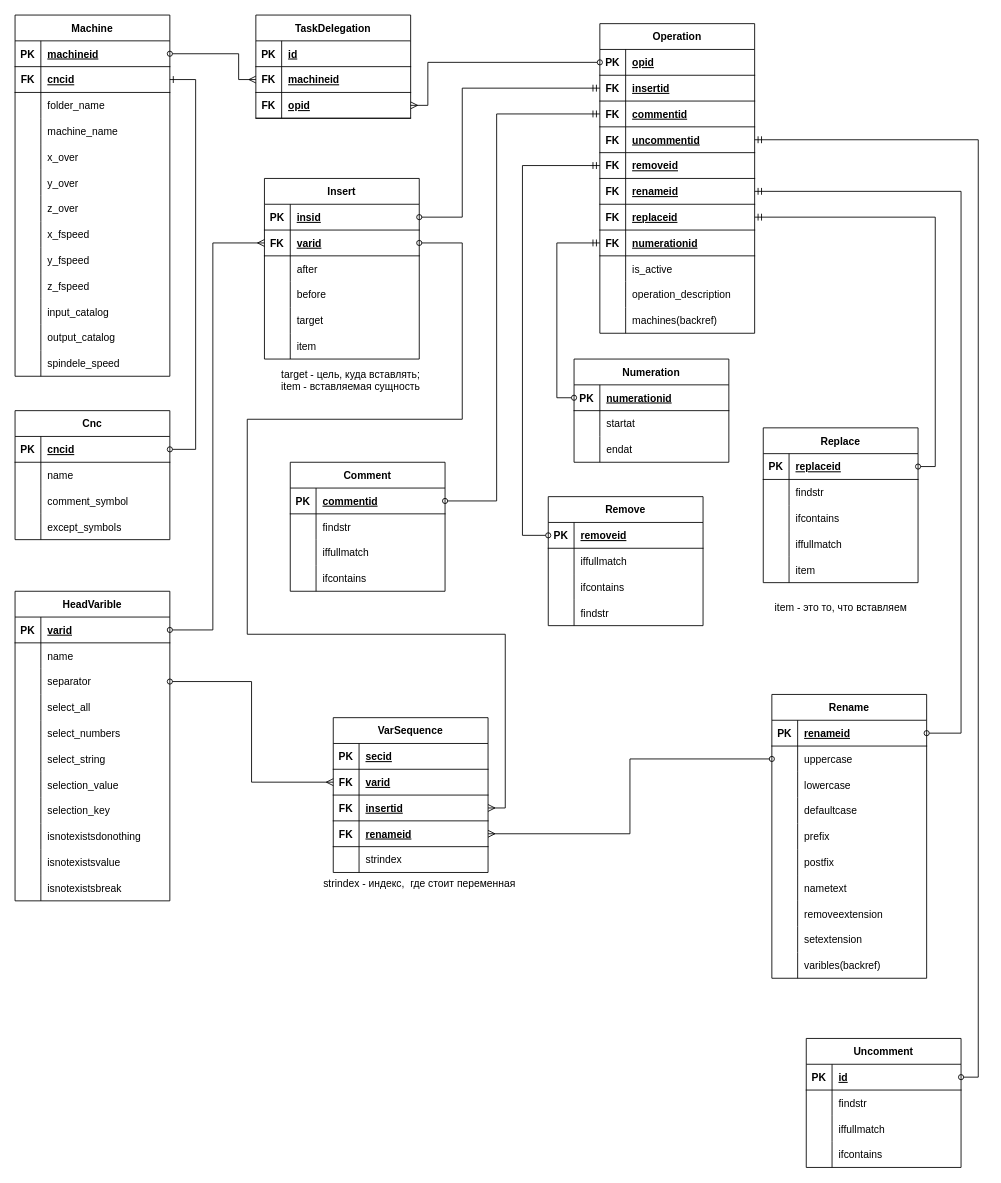
Earlier version of the draw.io diagram docs/cnc_db.drawio (filthps/CNC-File-Parser). Source tidied: cells renumbered, new cells numbered last; positions are measured from the earlier drawing's top-left corner, leaving out a move shared by most shapes. Both pictures are drawn from the tidied source at 86%, with x=0, y=0 at pixel (15, 15).
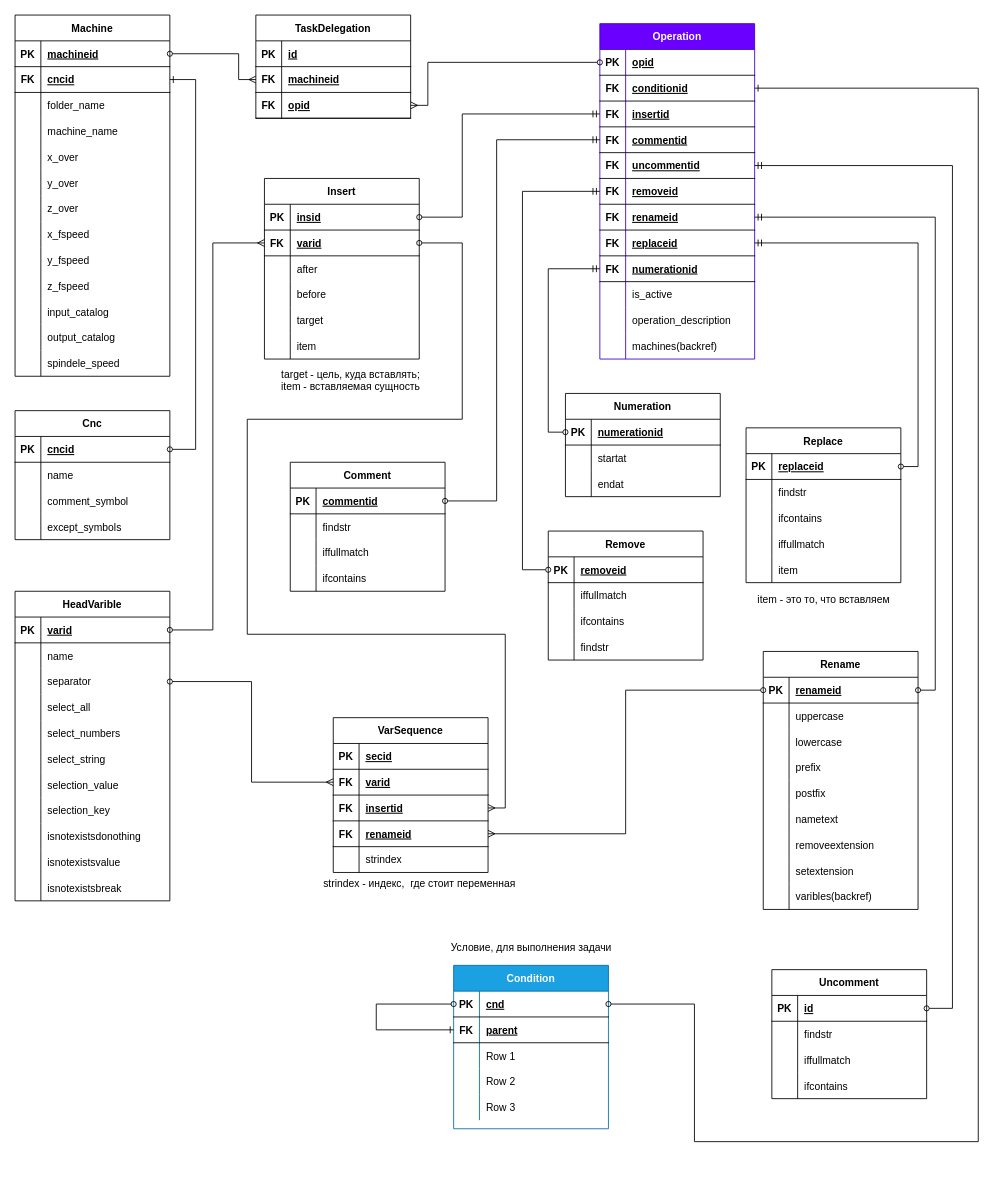
The same diagram, later.

Unchanged cells that the change refers to:
```xml
<mxCell id="89" style="shape=tableRow;horizontal=0;startSize=0;swimlaneHead=0;swimlaneBody=0;fillColor=none;points=[[0,0.5],[1,0.5]];portConstraint=eastwest;top=0;left=0;right=0;bottom=1;" parent="88" vertex="1">
  <mxGeometry y="30" width="180" height="30" as="geometry" />
</mxCell>
<mxCell id="108" style="shape=tableRow;horizontal=0;startSize=0;swimlaneHead=0;swimlaneBody=0;fillColor=none;points=[[0,0.5],[1,0.5]];portConstraint=eastwest;top=0;left=0;right=0;bottom=1;" parent="107" vertex="1">
  <mxGeometry y="30" width="180" height="30" as="geometry" />
</mxCell>
<mxCell id="121" style="shape=tableRow;horizontal=0;startSize=0;swimlaneHead=0;swimlaneBody=0;fillColor=none;points=[[0,0.5],[1,0.5]];portConstraint=eastwest;top=0;left=0;right=0;bottom=1;" parent="120" vertex="1">
  <mxGeometry y="30" width="180" height="30" as="geometry" />
</mxCell>
<mxCell id="134" style="shape=tableRow;horizontal=0;startSize=0;swimlaneHead=0;swimlaneBody=0;fillColor=none;points=[[0,0.5],[1,0.5]];portConstraint=eastwest;top=0;left=0;right=0;bottom=1;" parent="133" vertex="1">
  <mxGeometry y="30" width="180" height="30" as="geometry" />
</mxCell>
<mxCell id="147" style="shape=tableRow;horizontal=0;startSize=0;swimlaneHead=0;swimlaneBody=0;fillColor=none;points=[[0,0.5],[1,0.5]];portConstraint=eastwest;top=0;left=0;right=0;bottom=1;" parent="146" vertex="1">
  <mxGeometry y="30" width="180" height="30" as="geometry" />
</mxCell>
<mxCell id="150" style="shape=tableRow;horizontal=0;startSize=0;swimlaneHead=0;swimlaneBody=0;fillColor=none;points=[[0,0.5],[1,0.5]];portConstraint=eastwest;top=0;left=0;right=0;bottom=0;" parent="146" vertex="1">
  <mxGeometry y="60" width="180" height="30" as="geometry" />
</mxCell>
<mxCell id="178" style="shape=tableRow;horizontal=0;startSize=0;swimlaneHead=0;swimlaneBody=0;fillColor=none;points=[[0,0.5],[1,0.5]];portConstraint=eastwest;top=0;left=0;right=0;bottom=1;" parent="177" vertex="1">
  <mxGeometry y="30" width="180" height="30" as="geometry" />
</mxCell>
<mxCell id="194" style="shape=tableRow;horizontal=0;startSize=0;swimlaneHead=0;swimlaneBody=0;fillColor=none;points=[[0,0.5],[1,0.5]];portConstraint=eastwest;top=0;left=0;right=0;bottom=1;" parent="193" vertex="1">
  <mxGeometry y="30" width="180" height="30" as="geometry" />
</mxCell>
<mxCell id="272" style="shape=tableRow;horizontal=0;startSize=0;swimlaneHead=0;swimlaneBody=0;fillColor=none;points=[[0,0.5],[1,0.5]];portConstraint=eastwest;top=0;left=0;right=0;bottom=1;" parent="262" vertex="1">
  <mxGeometry y="120" width="180" height="30" as="geometry" />
</mxCell>
```

What changed in the source:
```diff
@@
-    <mxCell id="42" value="Operation" style="shape=table;startSize=30;childLayout=tableLayout;rowLines=0;fontStyle=1;align=center;" parent="1" vertex="1">
-      <mxGeometry x="680" y="10" width="180" height="360" as="geometry" />
+    <mxCell id="42" value="Operation" style="shape=table;startSize=30;childLayout=tableLayout;rowLines=0;fontStyle=1;align=center;fillColor=#6a00ff;fontColor=#ffffff;strokeColor=#3700CC;" parent="1" vertex="1">
+      <mxGeometry x="680" y="10" width="180" height="390" as="geometry" />
     </mxCell>
@@
+    <mxCell id="283" style="shape=tableRow;horizontal=0;startSize=0;swimlaneHead=0;swimlaneBody=0;fillColor=none;points=[[0,0.5],[1,0.5]];portConstraint=eastwest;top=0;left=0;right=0;bottom=1;" parent="42" vertex="1">
+      <mxGeometry y="60" width="180" height="30" as="geometry" />
+    </mxCell>
+    <mxCell id="284" value="FK" style="shape=partialRectangle;fillColor=none;top=0;left=0;bottom=0;right=0;fontStyle=1;overflow=hidden;" parent="283" vertex="1">
+      <mxGeometry width="30" height="30" as="geometry" />
+    </mxCell>
+    <mxCell id="285" value="conditionid" style="shape=partialRectangle;fillColor=none;top=0;left=0;bottom=0;right=0;align=left;spacingLeft=6;fontStyle=5;overflow=hidden;" parent="283" vertex="1">
+      <mxGeometry x="30" width="150" height="30" as="geometry" />
+    </mxCell>
     <mxCell id="46" style="shape=tableRow;horizontal=0;startSize=0;swimlaneHead=0;swimlaneBody=0;fillColor=none;points=[[0,0.5],[1,0.5]];portConstraint=eastwest;top=0;left=0;right=0;bottom=1;" parent="42" vertex="1">
-      <mxGeometry y="60" width="180" height="30" as="geometry" />
+      <mxGeometry y="90" width="180" height="30" as="geometry" />
     </mxCell>
@@
     <mxCell id="49" style="shape=tableRow;horizontal=0;startSize=0;swimlaneHead=0;swimlaneBody=0;fillColor=none;points=[[0,0.5],[1,0.5]];portConstraint=eastwest;top=0;left=0;right=0;bottom=1;" parent="42" vertex="1">
-      <mxGeometry y="90" width="180" height="30" as="geometry" />
+      <mxGeometry y="120" width="180" height="30" as="geometry" />
     </mxCell>
@@
     <mxCell id="52" style="shape=tableRow;horizontal=0;startSize=0;swimlaneHead=0;swimlaneBody=0;fillColor=none;points=[[0,0.5],[1,0.5]];portConstraint=eastwest;top=0;left=0;right=0;bottom=1;" parent="42" vertex="1">
-      <mxGeometry y="120" width="180" height="30" as="geometry" />
+      <mxGeometry y="150" width="180" height="30" as="geometry" />
     </mxCell>
@@
     <mxCell id="55" style="shape=tableRow;horizontal=0;startSize=0;swimlaneHead=0;swimlaneBody=0;fillColor=none;points=[[0,0.5],[1,0.5]];portConstraint=eastwest;top=0;left=0;right=0;bottom=1;" parent="42" vertex="1">
-      <mxGeometry y="150" width="180" height="30" as="geometry" />
+      <mxGeometry y="180" width="180" height="30" as="geometry" />
     </mxCell>
@@
     <mxCell id="58" style="shape=tableRow;horizontal=0;startSize=0;swimlaneHead=0;swimlaneBody=0;fillColor=none;points=[[0,0.5],[1,0.5]];portConstraint=eastwest;top=0;left=0;right=0;bottom=1;" parent="42" vertex="1">
-      <mxGeometry y="180" width="180" height="30" as="geometry" />
+      <mxGeometry y="210" width="180" height="30" as="geometry" />
     </mxCell>
@@
     <mxCell id="61" style="shape=tableRow;horizontal=0;startSize=0;swimlaneHead=0;swimlaneBody=0;fillColor=none;points=[[0,0.5],[1,0.5]];portConstraint=eastwest;top=0;left=0;right=0;bottom=1;" parent="42" vertex="1">
-      <mxGeometry y="210" width="180" height="30" as="geometry" />
+      <mxGeometry y="240" width="180" height="30" as="geometry" />
     </mxCell>
@@
     <mxCell id="64" style="shape=tableRow;horizontal=0;startSize=0;swimlaneHead=0;swimlaneBody=0;fillColor=none;points=[[0,0.5],[1,0.5]];portConstraint=eastwest;top=0;left=0;right=0;bottom=1;" parent="42" vertex="1">
-      <mxGeometry y="240" width="180" height="30" as="geometry" />
+      <mxGeometry y="270" width="180" height="30" as="geometry" />
     </mxCell>
@@
     <mxCell id="67" style="shape=tableRow;horizontal=0;startSize=0;swimlaneHead=0;swimlaneBody=0;fillColor=none;top=0;left=0;right=0;bottom=0;" parent="42" vertex="1">
-      <mxGeometry y="270" width="180" height="30" as="geometry" />
+      <mxGeometry y="300" width="180" height="30" as="geometry" />
     </mxCell>
@@
     <mxCell id="70" style="shape=tableRow;horizontal=0;startSize=0;swimlaneHead=0;swimlaneBody=0;fillColor=none;top=0;left=0;right=0;bottom=0;" parent="42" vertex="1">
-      <mxGeometry y="300" width="180" height="30" as="geometry" />
+      <mxGeometry y="330" width="180" height="30" as="geometry" />
     </mxCell>
@@
     <mxCell id="73" style="shape=tableRow;horizontal=0;startSize=0;swimlaneHead=0;swimlaneBody=0;fillColor=none;top=0;left=0;right=0;bottom=0;" parent="42" vertex="1">
-      <mxGeometry y="330" width="180" height="30" as="geometry" />
+      <mxGeometry y="360" width="180" height="30" as="geometry" />
     </mxCell>
@@
     <mxCell id="120" value="Remove" style="shape=table;startSize=30;childLayout=tableLayout;rowLines=0;fontStyle=1;align=center;" parent="1" vertex="1">
-      <mxGeometry x="620" y="560" width="180" height="150" as="geometry" />
+      <mxGeometry x="620" y="600" width="180" height="150" as="geometry" />
     </mxCell>
@@
     <mxCell id="133" value="Uncomment" style="shape=table;startSize=30;childLayout=tableLayout;rowLines=0;fontStyle=1;align=center;" parent="1" vertex="1">
-      <mxGeometry x="920" y="1190" width="180" height="150" as="geometry" />
+      <mxGeometry x="880" y="1110" width="180" height="150" as="geometry" />
     </mxCell>
@@
     <mxCell id="146" value="Rename" style="shape=table;startSize=30;childLayout=tableLayout;rowLines=0;fontStyle=1;align=center;" parent="1" vertex="1">
-      <mxGeometry x="880" y="790" width="180" height="330" as="geometry" />
+      <mxGeometry x="870" y="740" width="180" height="300" as="geometry" />
     </mxCell>
@@
-    <mxCell id="156" style="shape=tableRow;horizontal=0;startSize=0;swimlaneHead=0;swimlaneBody=0;fillColor=none;top=0;left=0;right=0;bottom=0;" parent="146" vertex="1">
-      <mxGeometry y="120" width="180" height="30" as="geometry" />
-    </mxCell>
-    <mxCell id="157" style="shape=partialRectangle;fillColor=none;top=0;left=0;bottom=0;right=0;overflow=hidden;" parent="156" vertex="1">
-      <mxGeometry width="30" height="30" as="geometry" />
-    </mxCell>
-    <mxCell id="158" value="defaultcase" style="shape=partialRectangle;fillColor=none;top=0;left=0;bottom=0;right=0;align=left;spacingLeft=6;overflow=hidden;" parent="156" vertex="1">
-      <mxGeometry x="30" width="150" height="30" as="geometry" />
-    </mxCell>
     <mxCell id="159" style="shape=tableRow;horizontal=0;startSize=0;swimlaneHead=0;swimlaneBody=0;fillColor=none;top=0;left=0;right=0;bottom=0;" parent="146" vertex="1">
-      <mxGeometry y="150" width="180" height="30" as="geometry" />
+      <mxGeometry y="120" width="180" height="30" as="geometry" />
     </mxCell>
@@
     <mxCell id="162" style="shape=tableRow;horizontal=0;startSize=0;swimlaneHead=0;swimlaneBody=0;fillColor=none;top=0;left=0;right=0;bottom=0;" parent="146" vertex="1">
-      <mxGeometry y="180" width="180" height="30" as="geometry" />
+      <mxGeometry y="150" width="180" height="30" as="geometry" />
     </mxCell>
@@
     <mxCell id="165" style="shape=tableRow;horizontal=0;startSize=0;swimlaneHead=0;swimlaneBody=0;fillColor=none;top=0;left=0;right=0;bottom=0;" parent="146" vertex="1">
-      <mxGeometry y="210" width="180" height="30" as="geometry" />
+      <mxGeometry y="180" width="180" height="30" as="geometry" />
     </mxCell>
@@
     <mxCell id="168" style="shape=tableRow;horizontal=0;startSize=0;swimlaneHead=0;swimlaneBody=0;fillColor=none;top=0;left=0;right=0;bottom=0;" parent="146" vertex="1">
-      <mxGeometry y="240" width="180" height="30" as="geometry" />
+      <mxGeometry y="210" width="180" height="30" as="geometry" />
     </mxCell>
@@
     <mxCell id="171" style="shape=tableRow;horizontal=0;startSize=0;swimlaneHead=0;swimlaneBody=0;fillColor=none;top=0;left=0;right=0;bottom=0;" parent="146" vertex="1">
-      <mxGeometry y="270" width="180" height="30" as="geometry" />
+      <mxGeometry y="240" width="180" height="30" as="geometry" />
     </mxCell>
@@
     <mxCell id="174" style="shape=tableRow;horizontal=0;startSize=0;swimlaneHead=0;swimlaneBody=0;fillColor=none;top=0;left=0;right=0;bottom=0;" parent="146" vertex="1">
-      <mxGeometry y="300" width="180" height="30" as="geometry" />
+      <mxGeometry y="270" width="180" height="30" as="geometry" />
     </mxCell>
@@
     <mxCell id="177" value="Replace" style="shape=table;startSize=30;childLayout=tableLayout;rowLines=0;fontStyle=1;align=center;" parent="1" vertex="1">
-      <mxGeometry x="870" y="480" width="180" height="180" as="geometry" />
+      <mxGeometry x="850" y="480" width="180" height="180" as="geometry" />
     </mxCell>
@@
     <mxCell id="193" value="Numeration" style="shape=table;startSize=30;childLayout=tableLayout;rowLines=0;fontStyle=1;align=center;" parent="1" vertex="1">
-      <mxGeometry x="650" y="400" width="180" height="120" as="geometry" />
+      <mxGeometry x="640" y="440" width="180" height="120" as="geometry" />
     </mxCell>
@@
     <mxCell id="203" style="edgeStyle=orthogonalEdgeStyle;rounded=0;jettySize=auto;html=1;exitX=1;exitY=0.5;exitDx=0;exitDy=0;entryX=1;entryY=0.5;entryDx=0;entryDy=0;endArrow=ERmandOne;endFill=0;startArrow=oval;startFill=0;" parent="1" edge="1" source="134" target="52">
       <mxGeometry relative="1" as="geometry">
         <Array as="points">
-          <mxPoint x="1120" y="1235" />
-          <mxPoint x="1120" y="145" />
+          <mxPoint x="1090" y="1155" />
+          <mxPoint x="1090" y="175" />
         </Array>
       </mxGeometry>
     </mxCell>
     <mxCell id="204" style="edgeStyle=orthogonalEdgeStyle;rounded=0;jettySize=auto;html=1;exitX=1;exitY=0.5;exitDx=0;exitDy=0;entryX=1;entryY=0.5;entryDx=0;entryDy=0;startArrow=oval;startFill=0;endArrow=ERmandOne;endFill=0;" parent="1" edge="1" source="178" target="61">
       <mxGeometry relative="1" as="geometry">
         <Array as="points">
-          <mxPoint x="1070" y="525" />
-          <mxPoint x="1070" y="235" />
+          <mxPoint x="1050" y="525" />
+          <mxPoint x="1050" y="265" />
         </Array>
       </mxGeometry>
     </mxCell>
     <mxCell id="205" style="edgeStyle=orthogonalEdgeStyle;rounded=0;jettySize=auto;html=1;exitX=1;exitY=0.5;exitDx=0;exitDy=0;entryX=1;entryY=0.5;entryDx=0;entryDy=0;startArrow=oval;startFill=0;endArrow=ERmandOne;endFill=0;" parent="1" edge="1" source="147" target="58">
       <mxGeometry relative="1" as="geometry">
         <Array as="points">
-          <mxPoint x="1100" y="835" />
-          <mxPoint x="1100" y="205" />
+          <mxPoint x="1070" y="785" />
+          <mxPoint x="1070" y="235" />
         </Array>
       </mxGeometry>
     </mxCell>
     <mxCell id="206" style="edgeStyle=orthogonalEdgeStyle;rounded=0;jettySize=auto;html=1;exitX=1;exitY=0.5;exitDx=0;exitDy=0;startArrow=oval;startFill=0;endArrow=ERmandOne;endFill=0;entryX=0;entryY=0.5;entryDx=0;entryDy=0;" parent="1" edge="1" source="108" target="49">
       <mxGeometry relative="1" as="geometry">
         <Array as="points">
           <mxPoint x="560" y="565" />
-          <mxPoint x="560" y="115" />
+          <mxPoint x="560" y="145" />
         </Array>
       </mxGeometry>
     </mxCell>
     <mxCell id="207" style="edgeStyle=orthogonalEdgeStyle;rounded=0;jettySize=auto;html=1;exitX=1;exitY=0.5;exitDx=0;exitDy=0;entryX=0;entryY=0.5;entryDx=0;entryDy=0;startArrow=oval;startFill=0;endArrow=ERmandOne;endFill=0;" parent="1" edge="1" source="89" target="46">
       <mxGeometry relative="1" as="geometry">
         <Array as="points">
           <mxPoint x="520" y="235" />
-          <mxPoint x="520" y="85" />
+          <mxPoint x="520" y="115" />
         </Array>
       </mxGeometry>
     </mxCell>
@@
     <mxCell id="209" style="edgeStyle=orthogonalEdgeStyle;rounded=0;jettySize=auto;html=1;exitX=0;exitY=0.5;exitDx=0;exitDy=0;startArrow=oval;startFill=0;endArrow=ERmandOne;endFill=0;entryX=0;entryY=0.5;entryDx=0;entryDy=0;" parent="1" edge="1" source="121" target="55">
       <mxGeometry relative="1" as="geometry">
         <Array as="points">
-          <mxPoint x="590" y="605" />
-          <mxPoint x="590" y="175" />
+          <mxPoint x="590" y="645" />
+          <mxPoint x="590" y="205" />
         </Array>
       </mxGeometry>
     </mxCell>
-    <mxCell id="210" style="edgeStyle=orthogonalEdgeStyle;rounded=0;jettySize=auto;html=1;startArrow=oval;startFill=0;endArrow=ERmandOne;endFill=0;exitX=0;exitY=0.5;exitDx=0;exitDy=0;" parent="1" edge="1" source="194" target="64">
+    <mxCell id="210" style="edgeStyle=orthogonalEdgeStyle;rounded=0;jettySize=auto;html=1;startArrow=oval;startFill=0;endArrow=ERmandOne;endFill=0;exitX=0;exitY=0.5;exitDx=0;exitDy=0;entryX=0;entryY=0.5;entryDx=0;entryDy=0;" parent="1" edge="1" source="194" target="64">
       <mxGeometry relative="1" as="geometry">
         <Array as="points">
-          <mxPoint x="630" y="445" />
-          <mxPoint x="630" y="265" />
+          <mxPoint x="620" y="485" />
+          <mxPoint x="620" y="295" />
         </Array>
       </mxGeometry>
     </mxCell>
@@
     <mxCell id="261" value="item - это то, что вставляем" style="text;html=1;align=center;verticalAlign=middle;strokeColor=none;fillColor=none;" parent="1" vertex="1">
-      <mxGeometry x="875" y="680" width="170" height="20" as="geometry" />
+      <mxGeometry x="855" y="670" width="170" height="20" as="geometry" />
     </mxCell>
@@
-    <mxCell id="280" style="edgeStyle=orthogonalEdgeStyle;rounded=0;jettySize=auto;html=1;exitX=0;exitY=0.5;exitDx=0;exitDy=0;startArrow=oval;startFill=0;endArrow=ERmany;endFill=0;" parent="1" edge="1" source="150" target="272">
+    <mxCell id="280" style="edgeStyle=orthogonalEdgeStyle;rounded=0;jettySize=auto;html=1;exitX=0;exitY=0.5;exitDx=0;exitDy=0;startArrow=oval;startFill=0;endArrow=ERmany;endFill=0;" parent="1" edge="1" source="147" target="272">
       <mxGeometry relative="1" as="geometry" />
     </mxCell>
@@
+    <mxCell id="286" value="Condition" style="shape=table;startSize=30;childLayout=tableLayout;rowLines=0;fontStyle=1;align=center;fillColor=#1ba1e2;fontColor=#ffffff;strokeColor=#006EAF;" parent="1" vertex="1">
+      <mxGeometry x="510" y="1105" width="180" height="190" as="geometry" />
+    </mxCell>
+    <mxCell id="287" style="shape=tableRow;horizontal=0;startSize=0;swimlaneHead=0;swimlaneBody=0;fillColor=none;points=[[0,0.5],[1,0.5]];portConstraint=eastwest;top=0;left=0;right=0;bottom=1;" parent="286" vertex="1">
+      <mxGeometry y="30" width="180" height="30" as="geometry" />
+    </mxCell>
+    <mxCell id="288" value="PK" style="shape=partialRectangle;fillColor=none;top=0;left=0;bottom=0;right=0;fontStyle=1;overflow=hidden;" parent="287" vertex="1">
+      <mxGeometry width="30" height="30" as="geometry" />
+    </mxCell>
+    <mxCell id="289" value="cnd" style="shape=partialRectangle;fillColor=none;top=0;left=0;bottom=0;right=0;align=left;spacingLeft=6;fontStyle=5;overflow=hidden;" parent="287" vertex="1">
+      <mxGeometry x="30" width="150" height="30" as="geometry" />
+    </mxCell>
+    <mxCell id="290" style="edgeStyle=orthogonalEdgeStyle;rounded=0;jettySize=auto;html=1;entryX=0;entryY=0.5;entryDx=0;entryDy=0;startArrow=oval;startFill=0;endArrow=ERone;endFill=0;" parent="286" edge="1" target="291">
+      <mxGeometry relative="1" as="geometry">
+        <mxPoint y="45" as="sourcePoint" />
+        <Array as="points">
+          <mxPoint x="-90" y="45" />
+          <mxPoint x="-90" y="75" />
+        </Array>
+      </mxGeometry>
+    </mxCell>
+    <mxCell id="291" style="shape=tableRow;horizontal=0;startSize=0;swimlaneHead=0;swimlaneBody=0;fillColor=none;points=[[0,0.5],[1,0.5]];portConstraint=eastwest;top=0;left=0;right=0;bottom=1;" parent="286" vertex="1">
+      <mxGeometry y="60" width="180" height="30" as="geometry" />
+    </mxCell>
+    <mxCell id="292" value="FK" style="shape=partialRectangle;fillColor=none;top=0;left=0;bottom=0;right=0;fontStyle=1;overflow=hidden;" parent="291" vertex="1">
+      <mxGeometry width="30" height="30" as="geometry" />
+    </mxCell>
+    <mxCell id="293" value="parent" style="shape=partialRectangle;fillColor=none;top=0;left=0;bottom=0;right=0;align=left;spacingLeft=6;fontStyle=5;overflow=hidden;" parent="291" vertex="1">
+      <mxGeometry x="30" width="150" height="30" as="geometry" />
+    </mxCell>
+    <mxCell id="294" style="shape=tableRow;horizontal=0;startSize=0;swimlaneHead=0;swimlaneBody=0;fillColor=none;top=0;left=0;right=0;bottom=0;" parent="286" vertex="1">
+      <mxGeometry y="90" width="180" height="30" as="geometry" />
+    </mxCell>
+    <mxCell id="295" style="shape=partialRectangle;fillColor=none;top=0;left=0;bottom=0;right=0;overflow=hidden;" parent="294" vertex="1">
+      <mxGeometry width="30" height="30" as="geometry" />
+    </mxCell>
+    <mxCell id="296" value="Row 1" style="shape=partialRectangle;fillColor=none;top=0;left=0;bottom=0;right=0;align=left;spacingLeft=6;overflow=hidden;" parent="294" vertex="1">
+      <mxGeometry x="30" width="150" height="30" as="geometry" />
+    </mxCell>
+    <mxCell id="156" style="shape=tableRow;horizontal=0;startSize=0;swimlaneHead=0;swimlaneBody=0;fillColor=none;top=0;left=0;right=0;bottom=0;" parent="286" vertex="1">
+      <mxGeometry y="120" width="180" height="30" as="geometry" />
+    </mxCell>
+    <mxCell id="297" style="shape=partialRectangle;fillColor=none;top=0;left=0;bottom=0;right=0;overflow=hidden;" parent="156" vertex="1">
+      <mxGeometry width="30" height="30" as="geometry" />
+    </mxCell>
+    <mxCell id="298" value="Row 2" style="shape=partialRectangle;fillColor=none;top=0;left=0;bottom=0;right=0;align=left;spacingLeft=6;overflow=hidden;" parent="156" vertex="1">
+      <mxGeometry x="30" width="150" height="30" as="geometry" />
+    </mxCell>
+    <mxCell id="299" style="shape=tableRow;horizontal=0;startSize=0;swimlaneHead=0;swimlaneBody=0;fillColor=none;top=0;left=0;right=0;bottom=0;" parent="286" vertex="1">
+      <mxGeometry y="150" width="180" height="30" as="geometry" />
+    </mxCell>
+    <mxCell id="300" style="shape=partialRectangle;fillColor=none;top=0;left=0;bottom=0;right=0;overflow=hidden;" parent="299" vertex="1">
+      <mxGeometry width="30" height="30" as="geometry" />
+    </mxCell>
+    <mxCell id="301" value="Row 3" style="shape=partialRectangle;fillColor=none;top=0;left=0;bottom=0;right=0;align=left;spacingLeft=6;overflow=hidden;" parent="299" vertex="1">
+      <mxGeometry x="30" width="150" height="30" as="geometry" />
+    </mxCell>
+    <mxCell id="302" style="edgeStyle=orthogonalEdgeStyle;rounded=0;jettySize=auto;html=1;exitX=1;exitY=0.5;exitDx=0;exitDy=0;startArrow=oval;startFill=0;endArrow=ERone;endFill=0;entryX=1;entryY=0.5;entryDx=0;entryDy=0;" parent="1" edge="1" source="287" target="283">
+      <mxGeometry relative="1" as="geometry">
+        <Array as="points">
+          <mxPoint x="790" y="1150" />
+          <mxPoint x="790" y="1310" />
+          <mxPoint x="1120" y="1310" />
+          <mxPoint x="1120" y="85" />
+        </Array>
+      </mxGeometry>
+    </mxCell>
+    <mxCell id="303" value="Условие, для выполнения задачи" style="text;html=1;align=center;verticalAlign=middle;strokeColor=none;fillColor=none;rotation=0;" parent="1" vertex="1">
+      <mxGeometry x="495" y="1070" width="210" height="30" as="geometry" />
+    </mxCell>
```
